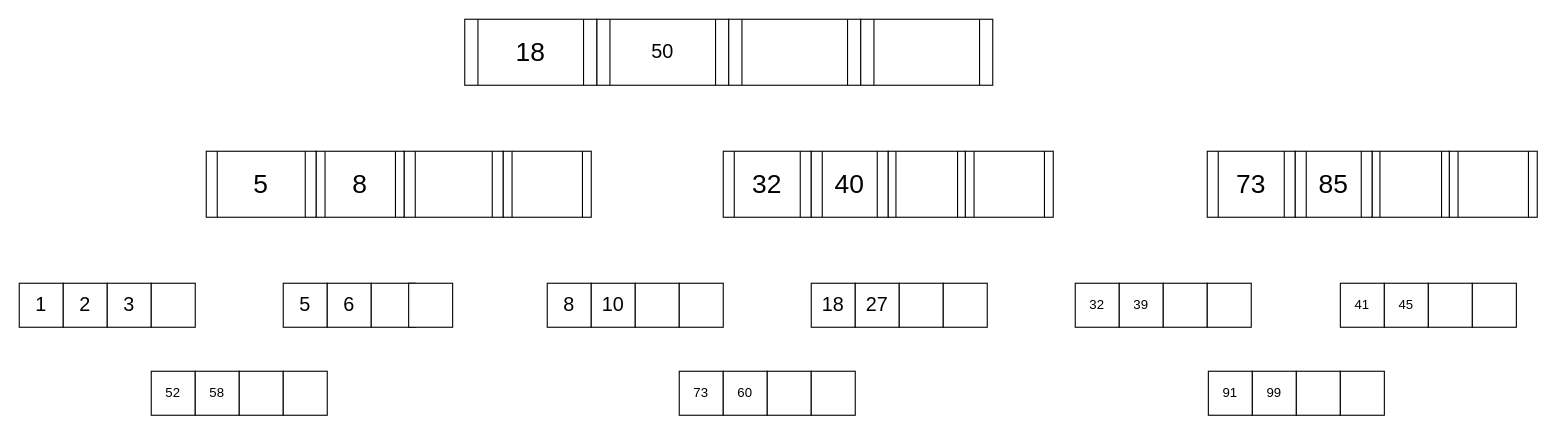
Bibi2002/Proekt keeps this draw.io diagram as page "Page-4" (4 of 8) of Untitled Diagram.drawio. Above is the earlier version. Source tidied: cells renumbered, new cells numbered last; positions are measured from the earlier drawing's top-left corner, leaving out a move shared by most shapes. Both pictures are drawn from the tidied source at 110%, with x=0, y=0 at pixel (19, 19).
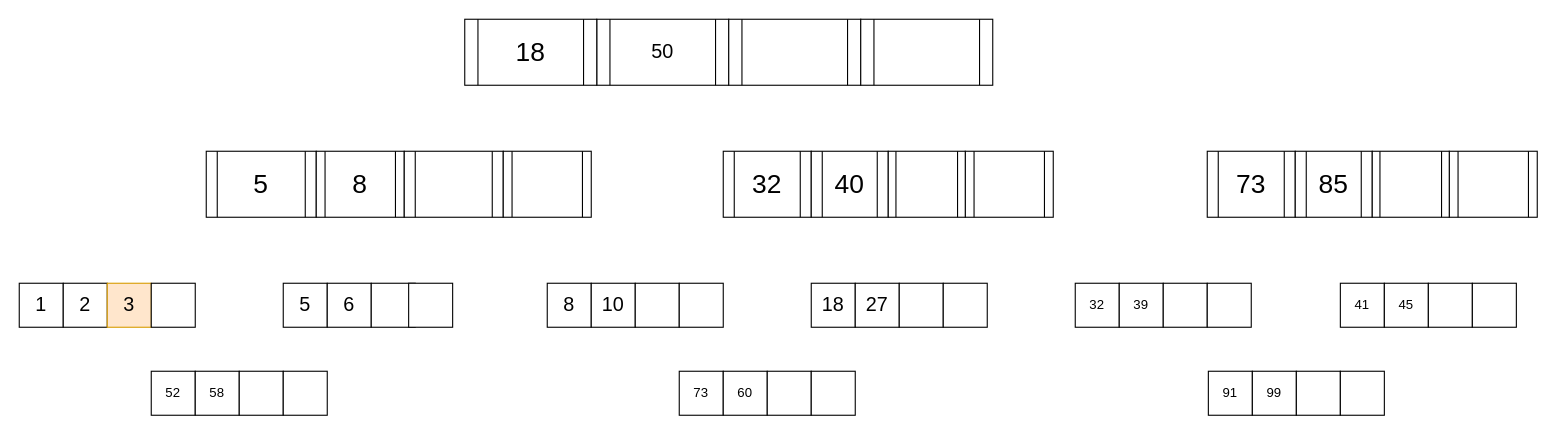
Above is the later version.

Change to the diagram source:
```diff
@@
-    <mxCell id="16" value="&lt;span style=&quot;font-size: 18px&quot;&gt;3&lt;/span&gt;" style="rounded=0;whiteSpace=wrap;html=1;hachureGap=4;align=center;" parent="1" vertex="1">
+    <mxCell id="16" value="&lt;span style=&quot;font-size: 18px&quot;&gt;3&lt;/span&gt;" style="rounded=0;whiteSpace=wrap;html=1;hachureGap=4;align=center;fillColor=#ffe6cc;strokeColor=#d79b00;" parent="1" vertex="1">
       <mxGeometry x="80" y="240" width="40" height="40" as="geometry" />
     </mxCell>
```
